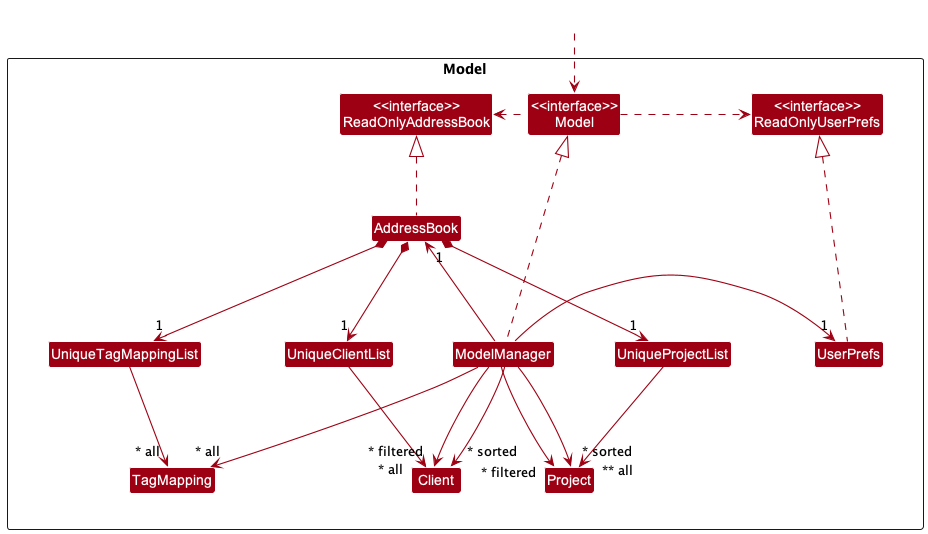
nus-cs2103-AY2223S2/tp keeps this PlantUML diagram as docs/images/ModelClassDiagram.png. Above is the earlier version.
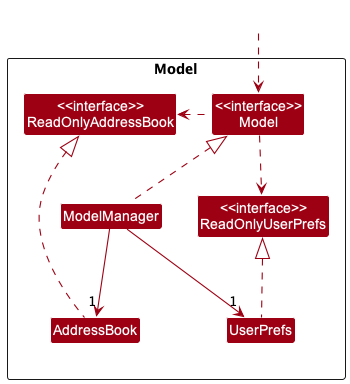
After the change.

Commit message:
Update model diagram

What changed in the source:
```diff
@@ -12,14 +12,6 @@
 Class ModelManager
 Class UserPrefs
 
-Class UniqueClientList
-Class Client
-
-Class UniqueProjectList
-Class Project
-
-class UniqueTagMappingList
-class TagMapping
 }
 
 Class HiddenOutside #FFFFFF
@@ -33,19 +25,7 @@
 
 UserPrefs .up.|> ReadOnlyUserPrefs
 
-AddressBook *--> "1" UniqueClientList
-AddressBook *--> "1" UniqueProjectList
-AddressBook *--> "1" UniqueTagMappingList
-UniqueClientList --> "~* all" Client
-UniqueProjectList --> "*~* all" Project
-UniqueTagMappingList --> "~* all" TagMapping
+ModelManager --> "1" AddressBook
+ModelManager --> "1" UserPrefs
 
-ModelManager -left-> "1" AddressBook
-ModelManager -right-> "1" UserPrefs
-
-ModelManager -->"~* filtered" Client
-ModelManager -->"~* sorted" Client
-ModelManager -->"~* filtered" Project
-ModelManager -->"~* sorted" Project
-ModelManager -->"~* all" TagMapping
 @enduml
```
